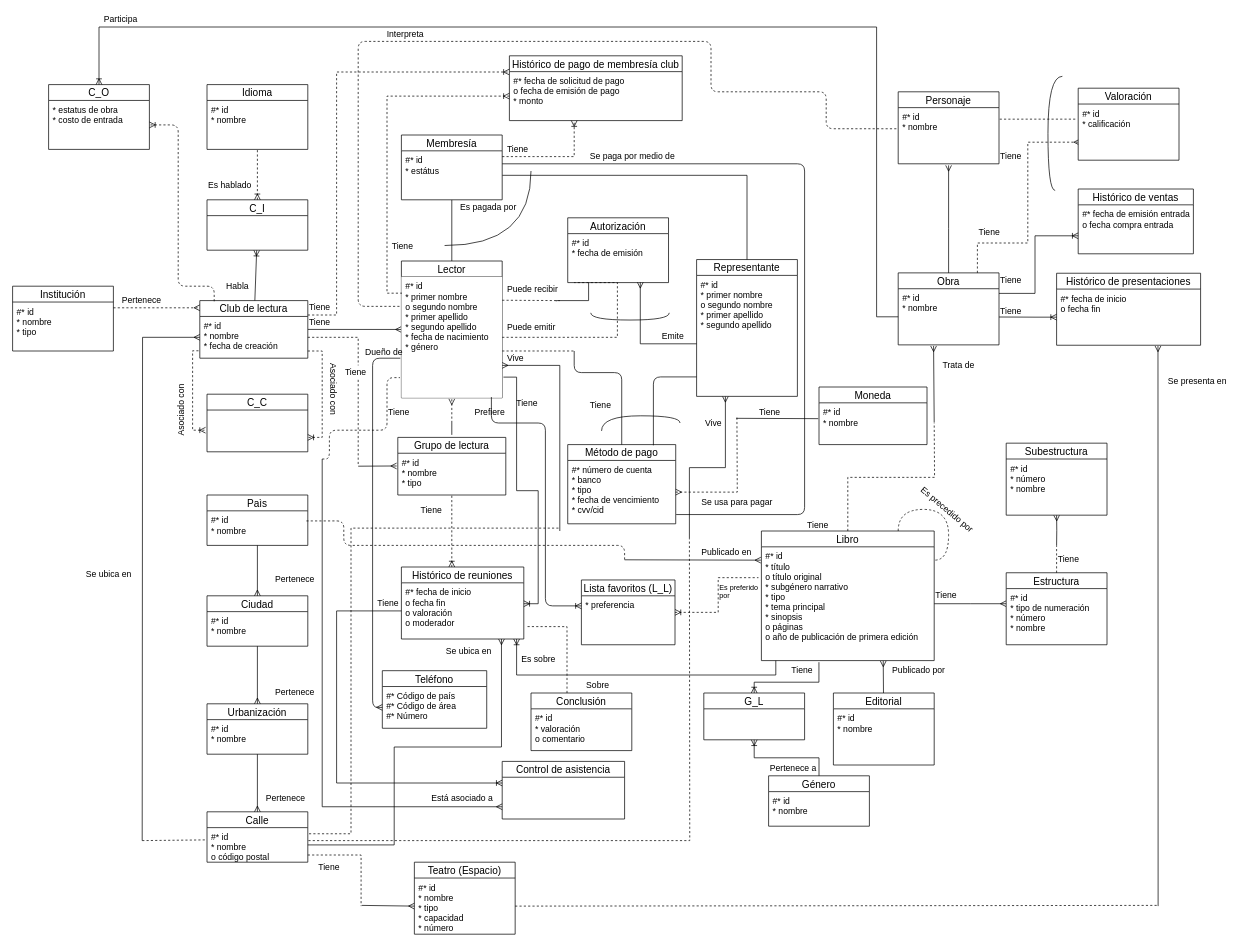
Above: DB I/Hopefully this will be the last ER.drawio in NeutronBlast/IS-Ex (draw.io), before the change. Source tidied: cells renumbered, new cells numbered last; positions are measured from the earlier drawing's top-left corner, leaving out a move shared by most shapes. Both pictures are drawn from the tidied source at 72%, with x=0, y=0 at pixel (12, 12).
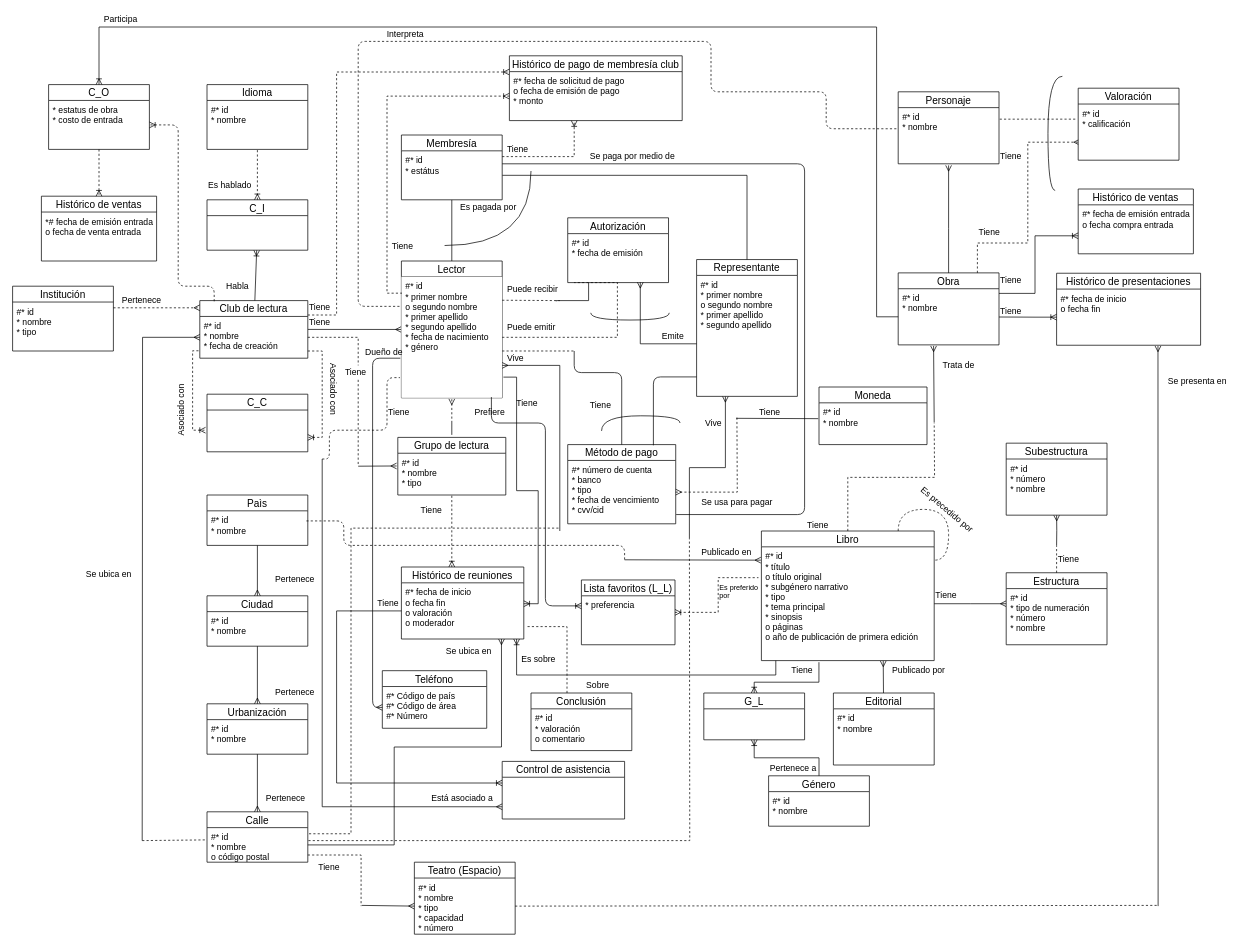
Above is the later version.

The change refers to these unchanged cells:
```xml
<mxCell id="170" value="* estatus de obra&#10;* costo de entrada&#10;" style="text;strokeColor=none;fillColor=none;spacingLeft=4;spacingRight=4;overflow=hidden;points=[[0,0.5],[1,0.5]];portConstraint=eastwest;fontSize=12;" parent="169" vertex="1">
  <mxGeometry y="22" width="140" height="68" as="geometry" />
</mxCell>
```

Change to the diagram source:
```diff
@@
+    <mxCell id="195" value="Histórico de ventas" style="swimlane;fontStyle=0;horizontal=1;startSize=22;fillColor=none;swimlaneFillColor=#ffffff;align=center;fontSize=14;" parent="1" vertex="1">
+      <mxGeometry x="40" y="255" width="160" height="90" as="geometry" />
+    </mxCell>
+    <mxCell id="196" value="*# fecha de emisión entrada&#10;o fecha de venta entrada&#10;" style="text;strokeColor=none;fillColor=none;spacingLeft=4;spacingRight=4;overflow=hidden;fontSize=12;" parent="195" vertex="1">
+      <mxGeometry y="22" width="160" height="68" as="geometry" />
+    </mxCell>
+    <mxCell id="197" style="rounded=0;jettySize=auto;html=1;entryX=0.5;entryY=0;entryDx=0;entryDy=0;dashed=1;endArrow=ERoneToMany;endFill=0;" parent="1" edge="1" source="170" target="195">
+      <mxGeometry relative="1" as="geometry" />
+    </mxCell>
```
